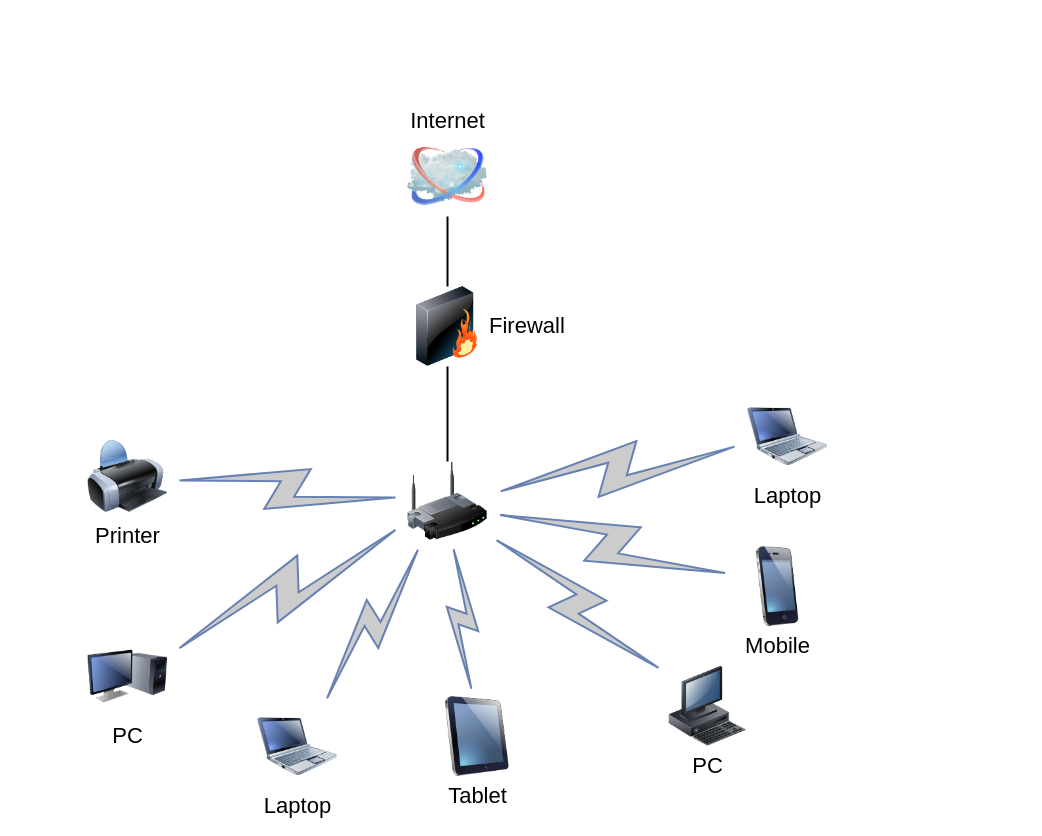
Above: 家庭网络拓扑.drawio in juzq/draw (draw.io), before the change. Source tidied: cells renumbered, new cells numbered last; positions are measured from the earlier drawing's top-left corner, leaving out a move shared by most shapes. Both pictures are drawn from the tidied source at 100%, with x=0, y=0 at pixel (87, 136).
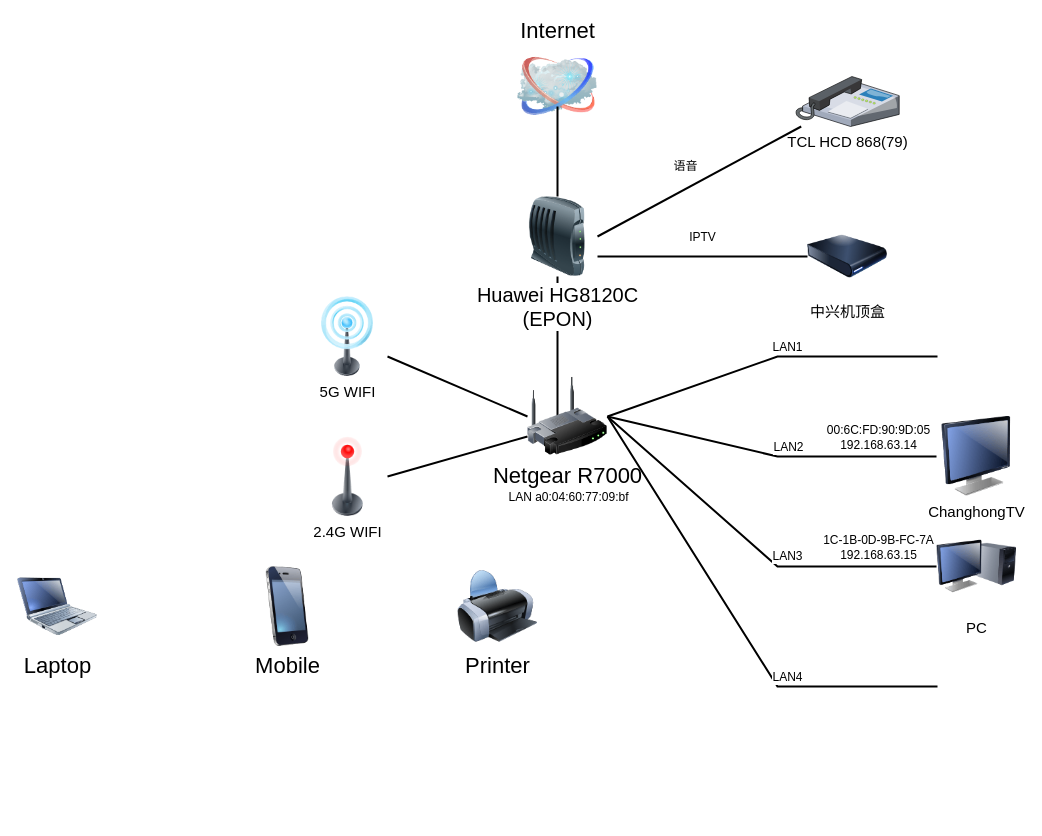
After the change.

Commit message:
更新家庭网络拓扑.drawio

The edit, as a diff of the source:
```diff
@@
-    <mxCell id="2" style="edgeStyle=none;rounded=0;html=1;labelBackgroundColor=none;endArrow=none;strokeWidth=2;fontFamily=Verdana;fontSize=22;" parent="1" edge="1" source="3" target="6">
+    <mxCell id="2" style="edgeStyle=none;rounded=0;html=1;labelBackgroundColor=none;endArrow=none;strokeWidth=2;fontFamily=Verdana;fontSize=22;entryX=0.5;entryY=1;entryDx=0;entryDy=0;exitX=0.375;exitY=0.875;exitDx=0;exitDy=0;exitPerimeter=0;" parent="1" edge="1" source="3" target="22">
       <mxGeometry relative="1" as="geometry" />
     </mxCell>
+    <mxCell id="21" value="LAN a0:04:60:77:09:bf" style="text;html=1;align=center;verticalAlign=middle;labelBackgroundColor=#ffffff;" parent="2" vertex="1">
+      <mxGeometry x="-0.11" y="2" relative="1" as="geometry">
+        <mxPoint x="12" y="126" as="offset" />
+      </mxGeometry>
+    </mxCell>
-    <mxCell id="3" style="image;html=1;labelBackgroundColor=#ffffff;image=img/lib/clip_art/networking/Wireless_Router_128x128.png;rounded=1;shadow=0;comic=0;strokeWidth=2;fontSize=22;" parent="1" vertex="1">
-      <mxGeometry x="320" y="325" width="80" height="80" as="geometry" />
+    <mxCell id="3" value="&lt;div&gt;Netgear R7000&lt;/div&gt;" style="image;html=1;labelBackgroundColor=#ffffff;image=img/lib/clip_art/networking/Wireless_Router_128x128.png;rounded=1;shadow=0;comic=0;strokeWidth=2;fontSize=22;" parent="1" vertex="1">
+      <mxGeometry x="440" y="240" width="80" height="80" as="geometry" />
     </mxCell>
     <mxCell id="4" value="Internet" style="image;html=1;labelBackgroundColor=#ffffff;image=img/lib/clip_art/networking/Cloud_128x128.png;rounded=1;shadow=0;comic=0;strokeWidth=2;fontSize=22;labelPosition=center;verticalLabelPosition=top;align=center;verticalAlign=bottom;" parent="1" vertex="1">
-      <mxGeometry x="320" width="80" height="80" as="geometry" />
+      <mxGeometry x="430" y="-90" width="80" height="80" as="geometry" />
     </mxCell>
-    <mxCell id="5" style="edgeStyle=none;rounded=0;html=1;labelBackgroundColor=none;endArrow=none;strokeWidth=2;fontFamily=Verdana;fontSize=22;" parent="1" edge="1" source="6" target="4">
+    <mxCell id="5" style="edgeStyle=none;rounded=0;html=1;labelBackgroundColor=none;endArrow=none;strokeWidth=2;fontFamily=Verdana;fontSize=22;entryX=0.5;entryY=0.75;entryDx=0;entryDy=0;entryPerimeter=0;exitX=0.5;exitY=0;exitDx=0;exitDy=0;" parent="1" edge="1" source="22" target="4">
       <mxGeometry relative="1" as="geometry" />
     </mxCell>
-    <mxCell id="6" value="Firewall" style="image;html=1;labelBackgroundColor=#ffffff;image=img/lib/clip_art/networking/Firewall_128x128.png;rounded=1;shadow=0;comic=0;strokeWidth=2;fontSize=22;labelPosition=right;verticalLabelPosition=middle;align=left;verticalAlign=middle;" parent="1" vertex="1">
-      <mxGeometry x="320" y="150" width="80" height="80" as="geometry" />
-    </mxCell>
-    <mxCell id="7" value="Tablet" style="image;html=1;labelBackgroundColor=#ffffff;image=img/lib/clip_art/computers/iPad_128x128.png;rounded=1;shadow=0;comic=0;strokeWidth=2;fontSize=22;" parent="1" vertex="1">
-      <mxGeometry x="350" y="560" width="80" height="80" as="geometry" />
-    </mxCell>
-    <mxCell id="8" value="PC" style="image;html=1;labelBackgroundColor=#ffffff;image=img/lib/clip_art/computers/Monitor_Tower_128x128.png;rounded=1;shadow=0;comic=0;strokeWidth=2;fontSize=22;" parent="1" vertex="1">
-      <mxGeometry y="500" width="80" height="80" as="geometry" />
+    <mxCell id="8" value="&lt;font style=&quot;font-size: 15px&quot;&gt;PC&lt;/font&gt;" style="image;html=1;labelBackgroundColor=#ffffff;image=img/lib/clip_art/computers/Monitor_Tower_128x128.png;rounded=1;shadow=0;comic=0;strokeWidth=2;fontSize=22;" parent="1" vertex="1">
+      <mxGeometry x="849" y="390" width="80" height="80" as="geometry" />
     </mxCell>
     <mxCell id="9" value="Printer" style="image;html=1;labelBackgroundColor=#ffffff;image=img/lib/clip_art/computers/Printer_128x128.png;rounded=1;shadow=0;comic=0;strokeWidth=2;fontSize=22;" parent="1" vertex="1">
-      <mxGeometry y="300" width="80" height="80" as="geometry" />
+      <mxGeometry x="370" y="430" width="80" height="80" as="geometry" />
     </mxCell>
-    <mxCell id="10" value="PC" style="image;html=1;labelBackgroundColor=#ffffff;image=img/lib/clip_art/computers/Workstation_128x128.png;rounded=1;shadow=0;comic=0;strokeWidth=2;fontSize=22;" parent="1" vertex="1">
-      <mxGeometry x="580" y="530" width="80" height="80" as="geometry" />
-    </mxCell>
     <mxCell id="11" value="Mobile" style="image;html=1;labelBackgroundColor=#ffffff;image=img/lib/clip_art/telecommunication/iPhone_128x128.png;rounded=1;shadow=0;comic=0;strokeWidth=2;fontSize=22;" parent="1" vertex="1">
-      <mxGeometry x="650" y="410" width="80" height="80" as="geometry" />
+      <mxGeometry x="160" y="430" width="80" height="80" as="geometry" />
     </mxCell>
     <mxCell id="12" value="Laptop" style="image;html=1;labelBackgroundColor=#ffffff;image=img/lib/clip_art/computers/Netbook_128x128.png;rounded=1;shadow=0;comic=0;strokeColor=#000000;strokeWidth=2;fillColor=#FFFFFF;fontSize=22;fontColor=#000000;" parent="1" vertex="1">
-      <mxGeometry x="660" y="260" width="80" height="80" as="geometry" />
+      <mxGeometry x="-70" y="430" width="80" height="80" as="geometry" />
     </mxCell>
-    <mxCell id="13" value="Laptop" style="image;html=1;labelBackgroundColor=#ffffff;image=img/lib/clip_art/computers/Netbook_128x128.png;rounded=1;shadow=0;comic=0;strokeWidth=2;fontSize=22;" parent="1" vertex="1">
-      <mxGeometry x="170" y="570" width="80" height="80" as="geometry" />
-    </mxCell>
-    <mxCell id="14" style="html=1;fillColor=#CCCCCC;strokeColor=#6881B3;gradientColor=none;gradientDirection=north;strokeWidth=2;shape=mxgraph.networks.comm_link_edge;html=1;labelBackgroundColor=none;endArrow=none;fontFamily=Verdana;fontSize=22;fontColor=#000000;" parent="1" edge="1" source="9" target="3">
-      <mxGeometry relative="1" as="geometry" />
-    </mxCell>
+    <mxCell id="22" value="&lt;div style=&quot;font-size: 20px&quot;&gt;&lt;font style=&quot;font-size: 20px&quot;&gt;Huawei &lt;span style=&quot;font-size: 20px ; font-family: &amp;#34;microsoft yahei&amp;#34; , , &amp;#34;pingfang sc&amp;#34; , &amp;#34;noto sans cjk sc&amp;#34; , sans-serif , &amp;#34;sf pro&amp;#34; , &amp;#34;roboto&amp;#34; , &amp;#34;droid sans&amp;#34; , &amp;#34;helvetica&amp;#34; , &amp;#34;tahoma&amp;#34; , &amp;#34;arial&amp;#34; , &amp;#34;hiragino sans gb&amp;#34; , &amp;#34;heiti sc&amp;#34; ; font-weight: 400 ; font-style: normal ; color: black ; background: transparent none repeat scroll 0% 0% ; letter-spacing: 0pt ; vertical-align: baseline ; white-space: pre&quot;&gt;HG8120C&lt;/span&gt;&lt;/font&gt;&lt;/div&gt;&lt;div&gt;&lt;font size=&quot;1&quot;&gt;&lt;span style=&quot;font-size: 20px ; font-family: &amp;#34;microsoft yahei&amp;#34; , , &amp;#34;pingfang sc&amp;#34; , &amp;#34;noto sans cjk sc&amp;#34; , sans-serif , &amp;#34;sf pro&amp;#34; , &amp;#34;roboto&amp;#34; , &amp;#34;droid sans&amp;#34; , &amp;#34;helvetica&amp;#34; , &amp;#34;tahoma&amp;#34; , &amp;#34;arial&amp;#34; , &amp;#34;hiragino sans gb&amp;#34; , &amp;#34;heiti sc&amp;#34; ; font-weight: 400 ; font-style: normal ; color: black ; background: transparent none repeat scroll 0% 0% ; letter-spacing: 0pt ; vertical-align: baseline ; white-space: pre&quot;&gt;(&lt;/span&gt;&lt;/font&gt;&lt;font size=&quot;1&quot;&gt;&lt;span style=&quot;font-size: 20px ; font-family: &amp;#34;microsoft yahei&amp;#34; , , &amp;#34;pingfang sc&amp;#34; , &amp;#34;noto sans cjk sc&amp;#34; , sans-serif , &amp;#34;sf pro&amp;#34; , &amp;#34;roboto&amp;#34; , &amp;#34;droid sans&amp;#34; , &amp;#34;helvetica&amp;#34; , &amp;#34;tahoma&amp;#34; , &amp;#34;arial&amp;#34; , &amp;#34;hiragino sans gb&amp;#34; , &amp;#34;heiti sc&amp;#34; ; font-weight: 400 ; font-style: normal ; color: black ; background: transparent none repeat scroll 0% 0% ; letter-spacing: 0pt ; vertical-align: baseline ; white-space: pre&quot;&gt;&lt;font style=&quot;font-size: 20px&quot;&gt;EPON&lt;/font&gt;)&lt;/span&gt;&lt;/font&gt;&lt;/div&gt;" style="image;html=1;labelBackgroundColor=#ffffff;image=img/lib/clip_art/networking/Modem_128x128.png;" parent="1" vertex="1">
+      <mxGeometry x="430" y="60" width="80" height="80" as="geometry" />
+    </mxCell>
+    <mxCell id="23" value="&lt;font style=&quot;font-size: 15px&quot;&gt;TCL HCD 868(79)&lt;/font&gt;" style="verticalLabelPosition=bottom;html=1;verticalAlign=top;strokeColor=none;align=center;outlineConnect=0;shape=mxgraph.citrix.ip_phone;" parent="1" vertex="1">
+      <mxGeometry x="708.3" y="-60" width="103.4" height="50" as="geometry" />
+    </mxCell>
+    <mxCell id="24" style="edgeStyle=none;rounded=0;html=1;labelBackgroundColor=none;endArrow=none;strokeWidth=2;fontFamily=Verdana;fontSize=22;entryX=1;entryY=0.5;entryDx=0;entryDy=0;" parent="1" edge="1" source="23" target="22">
+      <mxGeometry relative="1" as="geometry" />
+    </mxCell>
+    <mxCell id="25" value="&lt;div&gt;语音&lt;/div&gt;" style="text;html=1;align=center;verticalAlign=middle;labelBackgroundColor=#ffffff;" parent="24" vertex="1">
+      <mxGeometry x="0.13" y="-1" relative="1" as="geometry">
+        <mxPoint y="-21.4" as="offset" />
+      </mxGeometry>
+    </mxCell>
+    <mxCell id="26" value="&lt;font style=&quot;font-size: 15px&quot;&gt;ChanghongTV&lt;/font&gt;" style="image;html=1;labelBackgroundColor=#ffffff;image=img/lib/clip_art/computers/Monitor_128x128.png;" parent="1" vertex="1">
+      <mxGeometry x="849" y="280" width="80" height="80" as="geometry" />
+    </mxCell>
+    <mxCell id="27" style="edgeStyle=none;rounded=0;html=1;labelBackgroundColor=none;endArrow=none;strokeWidth=2;fontFamily=Verdana;fontSize=22;entryX=1;entryY=0.5;entryDx=0;entryDy=0;" parent="1" edge="1" target="3">
+      <mxGeometry relative="1" as="geometry">
+        <mxPoint x="850" y="220" as="sourcePoint" />
+        <Array as="points">
+          <mxPoint x="690" y="220" />
+        </Array>
+      </mxGeometry>
+    </mxCell>
+    <mxCell id="28" value="LAN1" style="text;html=1;align=center;verticalAlign=middle;labelBackgroundColor=#ffffff;" parent="27" vertex="1">
+      <mxGeometry x="0.15" y="1" relative="1" as="geometry">
+        <mxPoint x="43.6" y="-22.9" as="offset" />
+      </mxGeometry>
+    </mxCell>
-    <mxCell id="15" style="html=1;fillColor=#CCCCCC;strokeColor=#6881B3;gradientColor=none;gradientDirection=north;strokeWidth=2;shape=mxgraph.networks.comm_link_edge;html=1;labelBackgroundColor=none;endArrow=none;fontFamily=Verdana;fontSize=22;fontColor=#000000;fontStyle=1;" parent="1" edge="1" source="8" target="3">
-      <mxGeometry relative="1" as="geometry" />
+    <mxCell id="15" style="edgeStyle=none;rounded=0;html=1;labelBackgroundColor=none;endArrow=none;strokeWidth=2;fontFamily=Verdana;fontSize=22;entryX=1;entryY=0.5;entryDx=0;entryDy=0;exitX=0;exitY=0.5;exitDx=0;exitDy=0;" parent="1" edge="1" source="8" target="3">
+      <mxGeometry relative="1" as="geometry">
+        <Array as="points">
+          <mxPoint x="690" y="430" />
+        </Array>
+      </mxGeometry>
     </mxCell>
-    <mxCell id="16" style="html=1;fillColor=#CCCCCC;strokeColor=#6881B3;gradientColor=none;gradientDirection=north;strokeWidth=2;shape=mxgraph.networks.comm_link_edge;html=1;labelBackgroundColor=none;endArrow=none;fontFamily=Verdana;fontSize=22;fontColor=#000000;" parent="1" edge="1" source="13" target="3">
-      <mxGeometry relative="1" as="geometry" />
-    </mxCell>
-    <mxCell id="17" style="html=1;fillColor=#CCCCCC;strokeColor=#6881B3;gradientColor=none;gradientDirection=north;strokeWidth=2;shape=mxgraph.networks.comm_link_edge;html=1;labelBackgroundColor=none;endArrow=none;fontFamily=Verdana;fontSize=22;fontColor=#000000;" parent="1" edge="1" source="7" target="3">
-      <mxGeometry relative="1" as="geometry" />
-    </mxCell>
-    <mxCell id="18" style="html=1;fillColor=#CCCCCC;strokeColor=#6881B3;gradientColor=none;gradientDirection=north;strokeWidth=2;shape=mxgraph.networks.comm_link_edge;html=1;labelBackgroundColor=none;endArrow=none;fontFamily=Verdana;fontSize=22;fontColor=#000000;" parent="1" edge="1" source="10" target="3">
-      <mxGeometry relative="1" as="geometry" />
-    </mxCell>
-    <mxCell id="19" style="html=1;fillColor=#CCCCCC;strokeColor=#6881B3;gradientColor=none;gradientDirection=north;strokeWidth=2;shape=mxgraph.networks.comm_link_edge;html=1;labelBackgroundColor=none;endArrow=none;fontFamily=Verdana;fontSize=22;fontColor=#000000;" parent="1" edge="1" source="11" target="3">
-      <mxGeometry relative="1" as="geometry" />
-    </mxCell>
-    <mxCell id="20" style="html=1;fillColor=#CCCCCC;strokeColor=#6881B3;gradientColor=none;gradientDirection=north;strokeWidth=2;shape=mxgraph.networks.comm_link_edge;html=1;labelBackgroundColor=none;endArrow=none;fontFamily=Verdana;fontSize=22;fontColor=#000000;" parent="1" edge="1" source="12" target="3">
-      <mxGeometry relative="1" as="geometry" />
-    </mxCell>
+    <mxCell id="29" value="LAN3" style="text;html=1;align=center;verticalAlign=middle;labelBackgroundColor=#ffffff;" parent="15" vertex="1">
+      <mxGeometry x="-0.14" y="-2" relative="1" as="geometry">
+        <mxPoint x="13.9" y="-3.9" as="offset" />
+      </mxGeometry>
+    </mxCell>
+    <mxCell id="30" value="&lt;div&gt;1C-1B-0D-9B-FC-7A&lt;/div&gt;&lt;div&gt;192.168.63.15&lt;br&gt;&lt;/div&gt;" style="text;html=1;align=center;verticalAlign=middle;labelBackgroundColor=#ffffff;" parent="15" vertex="1">
+      <mxGeometry x="-0.65" y="2" relative="1" as="geometry">
+        <mxPoint x="9" y="-22" as="offset" />
+      </mxGeometry>
+    </mxCell>
+    <mxCell id="31" style="edgeStyle=none;rounded=0;html=1;labelBackgroundColor=none;endArrow=none;strokeWidth=2;fontFamily=Verdana;fontSize=22;entryX=1;entryY=0.5;entryDx=0;entryDy=0;exitX=0;exitY=0.5;exitDx=0;exitDy=0;" parent="1" edge="1" source="26" target="3">
+      <mxGeometry relative="1" as="geometry">
+        <Array as="points">
+          <mxPoint x="690" y="320" />
+        </Array>
+      </mxGeometry>
+    </mxCell>
+    <mxCell id="32" value="LAN2" style="text;html=1;align=center;verticalAlign=middle;labelBackgroundColor=#ffffff;" parent="31" vertex="1">
+      <mxGeometry x="-0.14" y="-2" relative="1" as="geometry">
+        <mxPoint x="-6" y="-8" as="offset" />
+      </mxGeometry>
+    </mxCell>
+    <mxCell id="33" value="&lt;div&gt;00:6C:FD:90:9D:05&lt;/div&gt;&lt;div&gt;192.168.63.14&lt;br&gt;&lt;/div&gt;" style="text;html=1;align=center;verticalAlign=middle;labelBackgroundColor=#ffffff;" parent="31" vertex="1">
+      <mxGeometry x="-0.65" y="2" relative="1" as="geometry">
+        <mxPoint x="-1" y="-22" as="offset" />
+      </mxGeometry>
+    </mxCell>
+    <mxCell id="34" style="edgeStyle=none;rounded=0;html=1;labelBackgroundColor=none;endArrow=none;strokeWidth=2;fontFamily=Verdana;fontSize=22;entryX=1;entryY=0.5;entryDx=0;entryDy=0;" parent="1" edge="1" target="3">
+      <mxGeometry relative="1" as="geometry">
+        <mxPoint x="850" y="550" as="sourcePoint" />
+        <Array as="points">
+          <mxPoint x="690" y="550" />
+        </Array>
+      </mxGeometry>
+    </mxCell>
+    <mxCell id="35" value="LAN4" style="text;html=1;align=center;verticalAlign=middle;labelBackgroundColor=#ffffff;" parent="34" vertex="1">
+      <mxGeometry x="-0.14" y="-2" relative="1" as="geometry">
+        <mxPoint x="32.8" y="30" as="offset" />
+      </mxGeometry>
+    </mxCell>
+    <mxCell id="36" style="edgeStyle=none;rounded=0;html=1;labelBackgroundColor=none;endArrow=none;strokeWidth=2;fontFamily=Verdana;fontSize=22;entryX=1;entryY=0.75;entryDx=0;entryDy=0;exitX=0;exitY=0.5;exitDx=0;exitDy=0;" parent="1" edge="1" source="38" target="22">
+      <mxGeometry relative="1" as="geometry" />
+    </mxCell>
+    <mxCell id="37" value="IPTV" style="text;html=1;align=center;verticalAlign=middle;labelBackgroundColor=#ffffff;" parent="36" vertex="1">
+      <mxGeometry x="0.17" y="1" relative="1" as="geometry">
+        <mxPoint x="17" y="-21" as="offset" />
+      </mxGeometry>
+    </mxCell>
+    <mxCell id="38" value="&lt;font style=&quot;font-size: 15px&quot;&gt;中兴机顶盒&lt;/font&gt;" style="image;html=1;labelBackgroundColor=#ffffff;image=img/lib/clip_art/computers/Harddrive_128x128.png;" parent="1" vertex="1">
+      <mxGeometry x="720" y="80" width="80" height="80" as="geometry" />
+    </mxCell>
+    <mxCell id="39" value="&lt;font style=&quot;font-size: 15px&quot;&gt;5G WIFI&lt;/font&gt;" style="image;html=1;labelBackgroundColor=#ffffff;image=img/lib/clip_art/telecommunication/Signal_tower_on_128x128.png;" parent="1" vertex="1">
+      <mxGeometry x="220" y="160" width="80" height="80" as="geometry" />
+    </mxCell>
+    <mxCell id="40" style="edgeStyle=none;rounded=0;html=1;labelBackgroundColor=none;endArrow=none;strokeWidth=2;fontFamily=Verdana;fontSize=22;entryX=1;entryY=0.75;entryDx=0;entryDy=0;exitX=0;exitY=0.5;exitDx=0;exitDy=0;" parent="1" edge="1" source="3" target="39">
+      <mxGeometry relative="1" as="geometry" />
+    </mxCell>
+    <mxCell id="41" value="&lt;font style=&quot;font-size: 15px&quot;&gt;2.4G WIFI&lt;/font&gt;" style="image;html=1;labelBackgroundColor=#ffffff;image=img/lib/clip_art/telecommunication/Signal_tower_off_128x128.png;" parent="1" vertex="1">
+      <mxGeometry x="220" y="300" width="80" height="80" as="geometry" />
+    </mxCell>
+    <mxCell id="42" style="edgeStyle=none;rounded=0;html=1;labelBackgroundColor=none;endArrow=none;strokeWidth=2;fontFamily=Verdana;fontSize=22;entryX=1;entryY=0.5;entryDx=0;entryDy=0;exitX=0;exitY=0.75;exitDx=0;exitDy=0;" parent="1" edge="1" source="3" target="41">
+      <mxGeometry relative="1" as="geometry" />
+    </mxCell>
```
